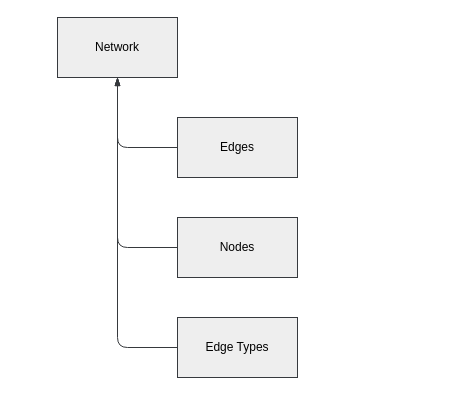
The draw.io diagram page "Object Model" (2 of 8) of app/docs/data_model.drawio in davidwilliamriley/tracer-dash, before the edit. Source tidied: cells renumbered, new cells numbered last; positions are measured from the earlier drawing's top-left corner, leaving out a move shared by most shapes. Both pictures are drawn from the tidied source at 100%, with x=0, y=0 at pixel (57, 17).
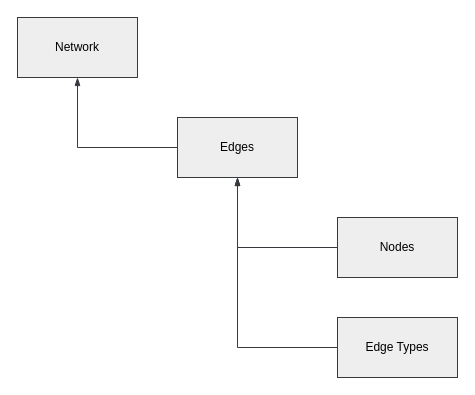
The same diagram, later.

Change to the diagram source:
```diff
@@
 <mxGraphModel>
   <root>
     <mxCell id="0" />
     <mxCell id="1" parent="0" />
     <mxCell id="2" value="Network" style="rounded=0;whiteSpace=wrap;html=1;fillColor=#eeeeee;strokeColor=#36393d;" parent="1" vertex="1">
-      <mxGeometry width="120" height="60" as="geometry" />
+      <mxGeometry x="-40" width="120" height="60" as="geometry" />
     </mxCell>
-    <mxCell id="3" style="edgeStyle=none;html=1;exitX=0;exitY=0.5;exitDx=0;exitDy=0;entryX=0.5;entryY=1;entryDx=0;entryDy=0;endArrow=blockThin;endFill=1;fillColor=#eeeeee;strokeColor=#36393d;" parent="1" edge="1" source="4" target="2">
+    <mxCell id="3" style="edgeStyle=none;html=1;exitX=0;exitY=0.5;exitDx=0;exitDy=0;entryX=0.5;entryY=1;entryDx=0;entryDy=0;endArrow=blockThin;endFill=1;fillColor=#eeeeee;strokeColor=#36393d;rounded=0;curved=0;" parent="1" edge="1" source="4" target="2">
       <mxGeometry relative="1" as="geometry">
         <Array as="points">
-          <mxPoint x="60" y="130" />
+          <mxPoint x="20" y="130" />
         </Array>
       </mxGeometry>
     </mxCell>
     <mxCell id="4" value="Edges" style="rounded=0;whiteSpace=wrap;html=1;fillColor=#eeeeee;strokeColor=#36393d;" parent="1" vertex="1">
       <mxGeometry x="120" y="100" width="120" height="60" as="geometry" />
     </mxCell>
-    <mxCell id="5" style="edgeStyle=none;html=1;exitX=0;exitY=0.5;exitDx=0;exitDy=0;entryX=0.5;entryY=1;entryDx=0;entryDy=0;endArrow=blockThin;endFill=1;fillColor=#eeeeee;strokeColor=#36393d;" parent="1" edge="1" source="6" target="2">
+    <mxCell id="5" style="edgeStyle=none;html=1;exitX=0;exitY=0.5;exitDx=0;exitDy=0;entryX=0.5;entryY=1;entryDx=0;entryDy=0;endArrow=blockThin;endFill=1;fillColor=#eeeeee;strokeColor=#36393d;rounded=0;curved=0;" parent="1" edge="1" source="6" target="4">
       <mxGeometry relative="1" as="geometry">
         <Array as="points">
-          <mxPoint x="60" y="230" />
+          <mxPoint x="180" y="230" />
         </Array>
       </mxGeometry>
     </mxCell>
     <mxCell id="6" value="Nodes" style="rounded=0;whiteSpace=wrap;html=1;fillColor=#eeeeee;strokeColor=#36393d;" parent="1" vertex="1">
-      <mxGeometry x="120" y="200" width="120" height="60" as="geometry" />
+      <mxGeometry x="280" y="200" width="120" height="60" as="geometry" />
     </mxCell>
-    <mxCell id="7" style="edgeStyle=none;html=1;exitX=0;exitY=0.5;exitDx=0;exitDy=0;endArrow=blockThin;endFill=1;fillColor=#eeeeee;strokeColor=#36393d;" parent="1" edge="1" source="8">
+    <mxCell id="7" style="edgeStyle=none;html=1;exitX=0;exitY=0.5;exitDx=0;exitDy=0;endArrow=blockThin;endFill=1;fillColor=#eeeeee;strokeColor=#36393d;rounded=0;curved=0;entryX=0.5;entryY=1;entryDx=0;entryDy=0;" parent="1" edge="1" source="8" target="4">
       <mxGeometry relative="1" as="geometry">
-        <mxPoint x="60" y="60" as="targetPoint" />
         <Array as="points">
-          <mxPoint x="60" y="330" />
+          <mxPoint x="180" y="330" />
         </Array>
       </mxGeometry>
     </mxCell>
     <mxCell id="8" value="Edge Types" style="rounded=0;whiteSpace=wrap;html=1;fillColor=#eeeeee;strokeColor=#36393d;" parent="1" vertex="1">
-      <mxGeometry x="120" y="300" width="120" height="60" as="geometry" />
+      <mxGeometry x="280" y="300" width="120" height="60" as="geometry" />
     </mxCell>
   </root>
 </mxGraphModel>
```
